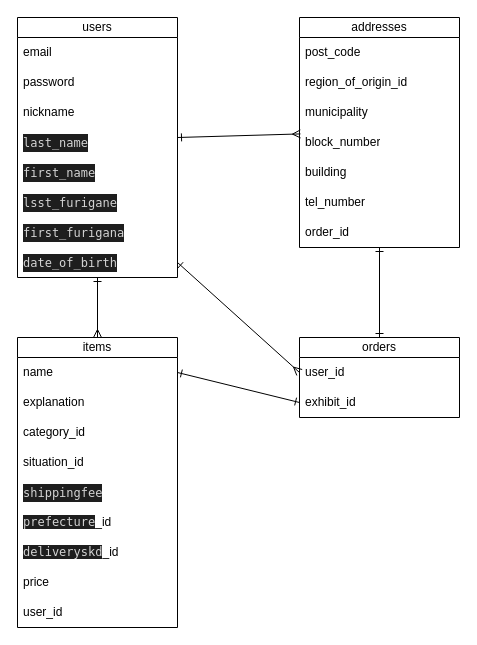
This is furima.dio from testmpc/furima-38889, a draw.io file, before an edit. Source tidied: cells renumbered, new cells numbered last; positions are measured from the earlier drawing's top-left corner, leaving out a move shared by most shapes. Both pictures are drawn from the tidied source at 100%, with x=0, y=0 at pixel (17, 17).
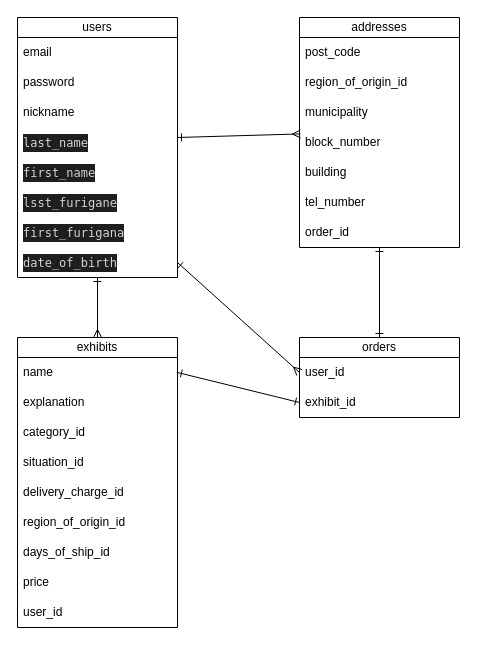
Above is the later version.

Change to the diagram source:
```diff
@@
-    <mxCell id="2" value="items" style="swimlane;fontStyle=0;horizontal=1;startSize=20;whiteSpace=wrap;html=1;" parent="1" vertex="1">
+    <mxCell id="2" value="exhibits" style="swimlane;fontStyle=0;horizontal=1;startSize=20;whiteSpace=wrap;html=1;" parent="1" vertex="1">
       <mxGeometry y="320" width="160" height="290" as="geometry" />
     </mxCell>
@@
-    <mxCell id="7" value="&lt;div style=&quot;color: rgb(212, 212, 212); background-color: rgb(30, 30, 30); font-family: Menlo, Monaco, &amp;quot;Courier New&amp;quot;, monospace; line-height: 18px;&quot;&gt;shippingfee&lt;/div&gt;" style="text;strokeColor=none;fillColor=none;align=left;verticalAlign=middle;spacingLeft=4;spacingRight=4;overflow=hidden;whiteSpace=wrap;html=1;" parent="2" vertex="1">
+    <mxCell id="7" value="delivery_charge_id" style="text;strokeColor=none;fillColor=none;align=left;verticalAlign=middle;spacingLeft=4;spacingRight=4;overflow=hidden;whiteSpace=wrap;html=1;" parent="2" vertex="1">
       <mxGeometry y="140" width="160" height="30" as="geometry" />
     </mxCell>
-    <mxCell id="8" value="&lt;span style=&quot;background-color: rgb(30, 30, 30); color: rgb(212, 212, 212); font-family: Menlo, Monaco, &amp;quot;Courier New&amp;quot;, monospace;&quot;&gt;prefecture&lt;/span&gt;_id" style="text;strokeColor=none;fillColor=none;align=left;verticalAlign=middle;spacingLeft=4;spacingRight=4;overflow=hidden;whiteSpace=wrap;html=1;" parent="2" vertex="1">
+    <mxCell id="8" value="region_of_origin_id" style="text;strokeColor=none;fillColor=none;align=left;verticalAlign=middle;spacingLeft=4;spacingRight=4;overflow=hidden;whiteSpace=wrap;html=1;" parent="2" vertex="1">
       <mxGeometry y="170" width="160" height="30" as="geometry" />
     </mxCell>
-    <mxCell id="9" value="&lt;span style=&quot;background-color: rgb(30, 30, 30); color: rgb(212, 212, 212); font-family: Menlo, Monaco, &amp;quot;Courier New&amp;quot;, monospace;&quot;&gt;deliveryskd&lt;/span&gt;_id" style="text;strokeColor=none;fillColor=none;align=left;verticalAlign=middle;spacingLeft=4;spacingRight=4;overflow=hidden;whiteSpace=wrap;html=1;" parent="2" vertex="1">
+    <mxCell id="9" value="days_of_ship_id" style="text;strokeColor=none;fillColor=none;align=left;verticalAlign=middle;spacingLeft=4;spacingRight=4;overflow=hidden;whiteSpace=wrap;html=1;" parent="2" vertex="1">
       <mxGeometry y="200" width="160" height="30" as="geometry" />
     </mxCell>
```
